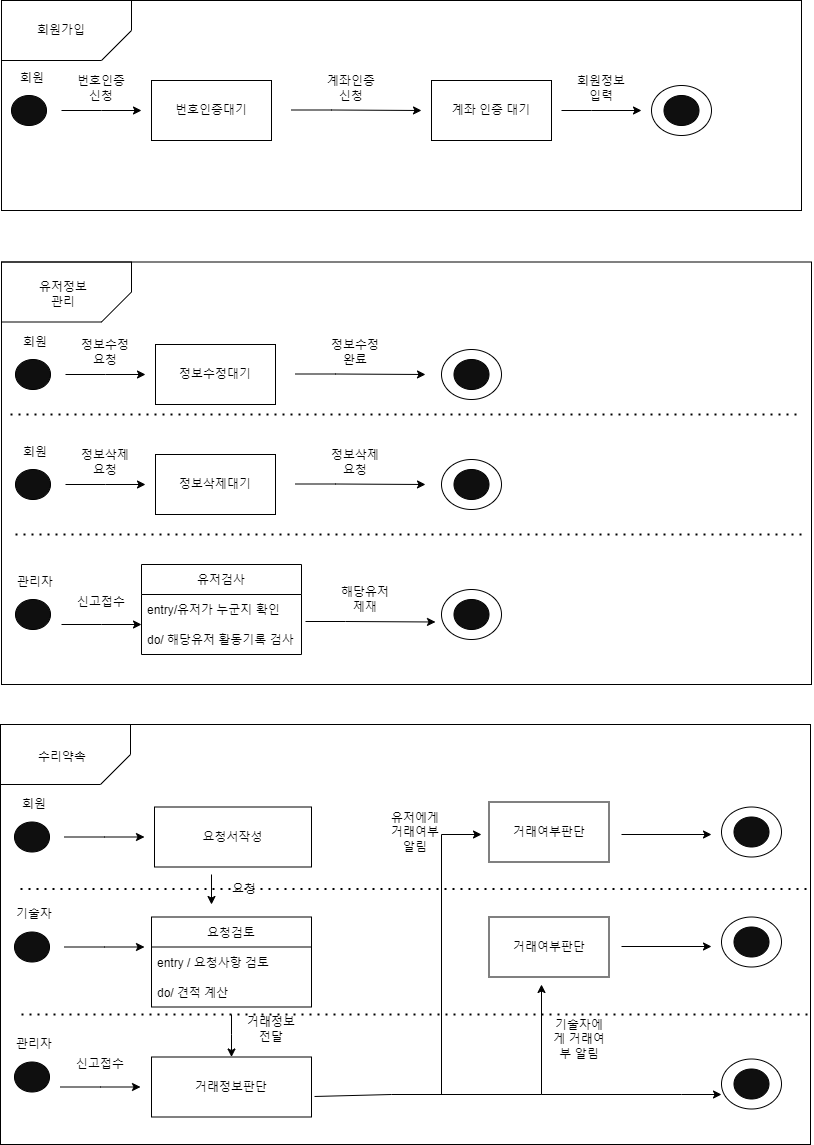
Before: StateMachineDiagram/statemachinediagram.png, a diagram exported from draw.io (Evergyu/Assignments). Source tidied: cells renumbered, new cells last; positions are measured from the earlier drawing's top-left corner, leaving out a move shared by most shapes.
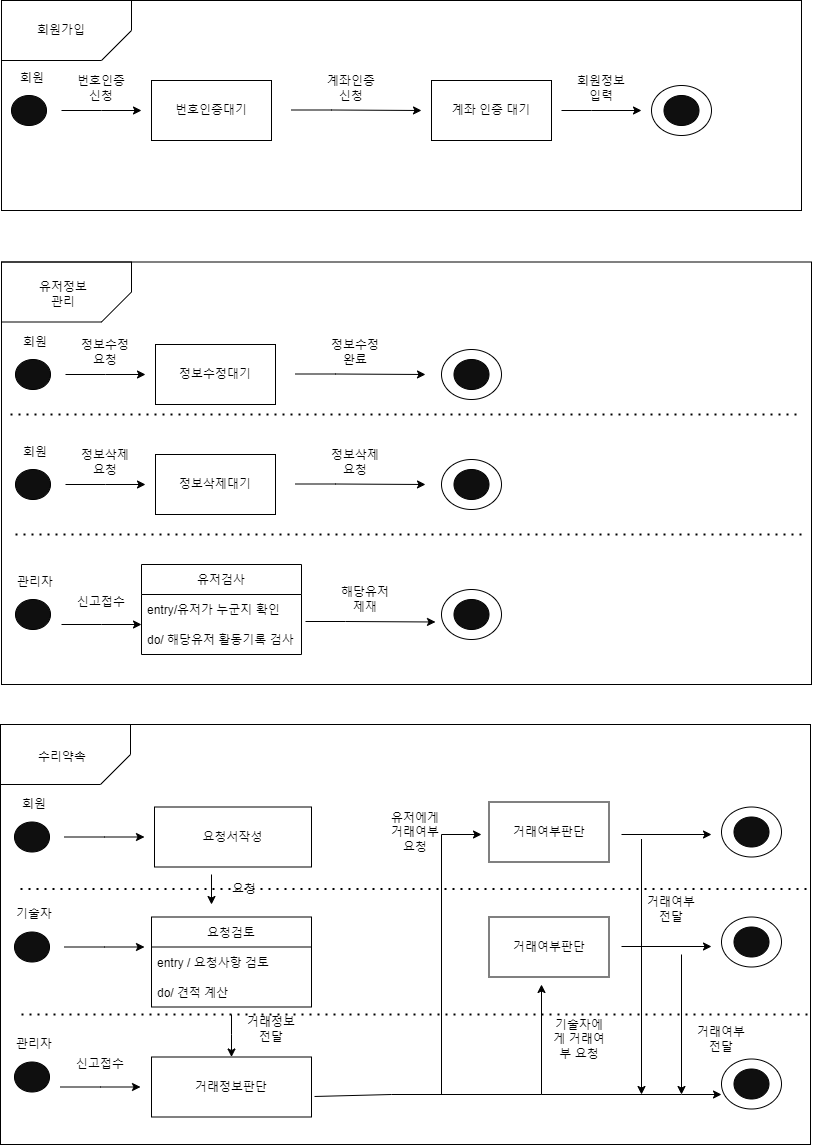
Above is the later version.

Change to the diagram source:
```diff
@@ -2,6 +2,12 @@
   <root>
     <mxCell id="0" />
     <mxCell id="1" parent="0" />
+    <mxCell id="82" style="rounded=0;whiteSpace=wrap;html=1;strokeColor=#000000;fillColor=none;" parent="1" vertex="1">
+      <mxGeometry y="724" width="810" height="420" as="geometry" />
+    </mxCell>
+    <mxCell id="10" style="rounded=0;whiteSpace=wrap;html=1;strokeColor=#000000;fillColor=none;" parent="1" vertex="1">
+      <mxGeometry x="1" width="800" height="210" as="geometry" />
+    </mxCell>
     <mxCell id="2" value="번호인증대기" style="rounded=0;whiteSpace=wrap;html=1;" parent="1" vertex="1">
       <mxGeometry x="151" y="80" width="120" height="60" as="geometry" />
     </mxCell>
@@ -44,9 +50,6 @@
     <mxCell id="9" style="ellipse;whiteSpace=wrap;html=1;strokeColor=#000000;fillColor=#0F0F0F;" parent="1" vertex="1">
       <mxGeometry x="11" y="95" width="35" height="30" as="geometry" />
     </mxCell>
-    <mxCell id="10" style="rounded=0;whiteSpace=wrap;html=1;strokeColor=#000000;fillColor=none;" parent="1" vertex="1">
-      <mxGeometry x="1" width="800" height="210" as="geometry" />
-    </mxCell>
     <mxCell id="11" style="shape=card;whiteSpace=wrap;html=1;strokeColor=#000000;fillColor=none;rotation=-180;" parent="1" vertex="1">
       <mxGeometry x="1" width="130" height="60" as="geometry" />
     </mxCell>
@@ -278,7 +281,7 @@
     <mxCell id="67" style="ellipse;whiteSpace=wrap;html=1;strokeColor=#000000;fillColor=#0F0F0F;" parent="1" vertex="1">
       <mxGeometry x="733.5" y="1068.5" width="35" height="30" as="geometry" />
     </mxCell>
-    <mxCell id="68" value="기술자에게 거래여부 알림" style="text;html=1;strokeColor=none;fillColor=none;align=center;verticalAlign=middle;whiteSpace=wrap;rounded=0;" parent="1" vertex="1">
+    <mxCell id="68" value="기술자에게 거래여부 요청" style="text;html=1;strokeColor=none;fillColor=none;align=center;verticalAlign=middle;whiteSpace=wrap;rounded=0;" parent="1" vertex="1">
       <mxGeometry x="548.5" y="1021.5" width="60" height="35" as="geometry" />
     </mxCell>
     <mxCell id="69" style="endArrow=classic;html=1;rounded=0;" parent="1" edge="1">
@@ -320,7 +323,7 @@
         </Array>
       </mxGeometry>
     </mxCell>
-    <mxCell id="78" value="유저에게 거래여부 알림" style="text;html=1;strokeColor=none;fillColor=none;align=center;verticalAlign=middle;whiteSpace=wrap;rounded=0;" parent="1" vertex="1">
+    <mxCell id="78" value="유저에게 거래여부 요청" style="text;html=1;strokeColor=none;fillColor=none;align=center;verticalAlign=middle;whiteSpace=wrap;rounded=0;" parent="1" vertex="1">
       <mxGeometry x="385" y="814" width="60" height="35" as="geometry" />
     </mxCell>
     <mxCell id="79" style="endArrow=classic;html=1;rounded=0;" parent="1" edge="1">
@@ -344,9 +347,6 @@
         </Array>
       </mxGeometry>
     </mxCell>
-    <mxCell id="82" style="rounded=0;whiteSpace=wrap;html=1;strokeColor=#000000;fillColor=none;" parent="1" vertex="1">
-      <mxGeometry y="724" width="810" height="420" as="geometry" />
-    </mxCell>
     <mxCell id="83" style="endArrow=none;dashed=1;html=1;dashPattern=1 3;strokeWidth=2;rounded=0;" parent="1" edge="1">
       <mxGeometry relative="1" as="geometry">
         <mxPoint x="20" y="888.5" as="sourcePoint" />
@@ -385,5 +385,23 @@
     <mxCell id="89" value="거래정보전달" style="text;html=1;strokeColor=none;fillColor=none;align=center;verticalAlign=middle;whiteSpace=wrap;rounded=0;" parent="1" vertex="1">
       <mxGeometry x="241" y="1011.5" width="60" height="35" as="geometry" />
     </mxCell>
+    <mxCell id="90" style="endArrow=classic;html=1;rounded=0;" parent="1" edge="1">
+      <mxGeometry relative="1" as="geometry">
+        <mxPoint x="641" y="838.5" as="sourcePoint" />
+        <mxPoint x="641" y="1094" as="targetPoint" />
+      </mxGeometry>
+    </mxCell>
+    <mxCell id="91" style="endArrow=classic;html=1;rounded=0;" parent="1" edge="1">
+      <mxGeometry relative="1" as="geometry">
+        <mxPoint x="681" y="954" as="sourcePoint" />
+        <mxPoint x="681" y="1094" as="targetPoint" />
+      </mxGeometry>
+    </mxCell>
+    <mxCell id="92" value="거래여부전달" style="text;html=1;strokeColor=none;fillColor=none;align=center;verticalAlign=middle;whiteSpace=wrap;rounded=0;" parent="1" vertex="1">
+      <mxGeometry x="641" y="891.5" width="60" height="35" as="geometry" />
+    </mxCell>
+    <mxCell id="93" value="거래여부전달" style="text;html=1;strokeColor=none;fillColor=none;align=center;verticalAlign=middle;whiteSpace=wrap;rounded=0;" parent="1" vertex="1">
+      <mxGeometry x="691" y="1021.5" width="60" height="35" as="geometry" />
+    </mxCell>
   </root>
 </mxGraphModel>
```
